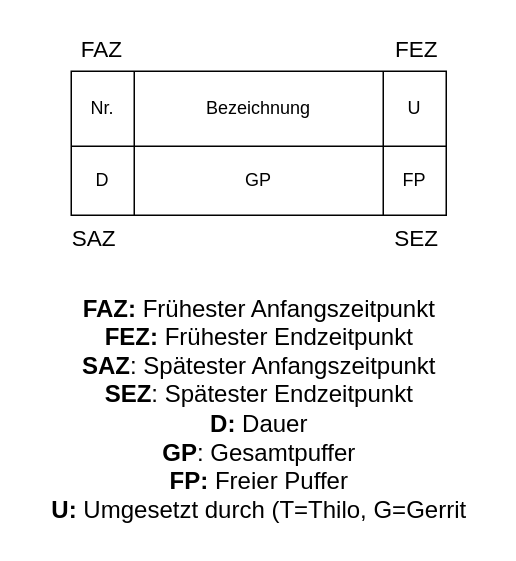
GeKoppe/TouchPager keeps this draw.io diagram as Documentation/Grafik/Diagramm/netzplan_legende.drawio. Above is the earlier version. Source tidied: cells renumbered, new cells numbered last; positions are measured from the earlier drawing's top-left corner, leaving out a move shared by most shapes. Both pictures are drawn from the tidied source at 150%, with x=0, y=0 at pixel (33, 26).
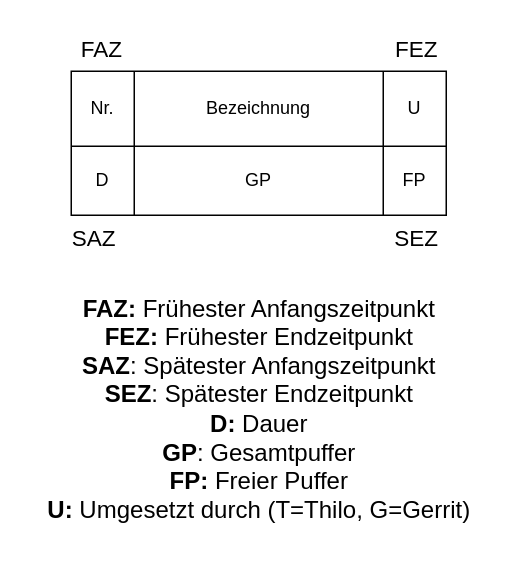
After the change.

Change to the diagram source:
```diff
@@
 <mxGraphModel>
   <root>
     <mxCell id="0" />
     <mxCell id="1" parent="0" />
     <mxCell id="2" style="shape=table;html=1;whiteSpace=wrap;startSize=0;childLayout=tableLayout;labelBackgroundColor=none;" parent="1" vertex="1">
       <mxGeometry x="25" y="30" width="250" height="96" as="geometry" />
     </mxCell>
     <mxCell id="3" style="shape=tableRow;horizontal=0;startSize=0;swimlaneHead=0;swimlaneBody=0;top=0;left=0;bottom=0;right=0;fillColor=none;labelBackgroundColor=none;" parent="2" vertex="1">
       <mxGeometry width="250" height="50" as="geometry" />
     </mxCell>
     <mxCell id="4" value="Nr." style="shape=partialRectangle;html=1;whiteSpace=wrap;fillColor=none;top=0;left=0;bottom=0;right=0;overflow=hidden;labelBackgroundColor=none;" parent="3" vertex="1">
       <mxGeometry width="42" height="50" as="geometry" />
     </mxCell>
     <mxCell id="5" value="Bezeichnung" style="shape=partialRectangle;html=1;whiteSpace=wrap;fillColor=none;top=0;left=0;bottom=0;right=0;overflow=hidden;labelBackgroundColor=none;" parent="3" vertex="1">
       <mxGeometry x="42" width="166" height="50" as="geometry" />
     </mxCell>
     <mxCell id="6" value="U" style="shape=partialRectangle;html=1;whiteSpace=wrap;fillColor=none;top=0;left=0;bottom=0;right=0;overflow=hidden;labelBackgroundColor=none;" parent="3" vertex="1">
       <mxGeometry x="208" width="42" height="50" as="geometry" />
     </mxCell>
     <mxCell id="7" style="shape=tableRow;horizontal=0;startSize=0;swimlaneHead=0;swimlaneBody=0;top=0;left=0;bottom=0;right=0;fillColor=none;labelBackgroundColor=none;" parent="2" vertex="1">
       <mxGeometry y="50" width="250" height="46" as="geometry" />
     </mxCell>
     <mxCell id="8" value="D" style="shape=partialRectangle;html=1;whiteSpace=wrap;fillColor=none;top=0;left=0;bottom=0;right=0;overflow=hidden;labelBackgroundColor=none;" parent="7" vertex="1">
       <mxGeometry width="42" height="46" as="geometry" />
     </mxCell>
     <mxCell id="9" value="GP" style="shape=partialRectangle;html=1;whiteSpace=wrap;fillColor=none;top=0;left=0;bottom=0;right=0;overflow=hidden;labelBackgroundColor=none;" parent="7" vertex="1">
       <mxGeometry x="42" width="166" height="46" as="geometry" />
     </mxCell>
     <mxCell id="10" value="FP" style="shape=partialRectangle;html=1;whiteSpace=wrap;fillColor=none;top=0;left=0;bottom=0;right=0;overflow=hidden;labelBackgroundColor=none;" parent="7" vertex="1">
       <mxGeometry x="208" width="42" height="46" as="geometry" />
     </mxCell>
     <mxCell id="11" value="FAZ" style="text;html=1;align=center;verticalAlign=middle;strokeColor=none;fillColor=none;fontSize=15;labelBackgroundColor=none;" parent="1" vertex="1">
       <mxGeometry x="20" width="50" height="30" as="geometry" />
     </mxCell>
     <mxCell id="12" value="SAZ" style="text;html=1;align=center;verticalAlign=middle;strokeColor=none;fillColor=none;fontSize=15;labelBackgroundColor=none;" parent="1" vertex="1">
       <mxGeometry x="15" y="126" width="50" height="30" as="geometry" />
     </mxCell>
     <mxCell id="13" value="SEZ" style="text;html=1;align=center;verticalAlign=middle;strokeColor=none;fillColor=none;fontSize=15;labelBackgroundColor=none;" parent="1" vertex="1">
       <mxGeometry x="230" y="126" width="50" height="30" as="geometry" />
     </mxCell>
     <mxCell id="14" value="FEZ" style="text;html=1;align=center;verticalAlign=middle;strokeColor=none;fillColor=none;fontSize=15;labelBackgroundColor=none;" parent="1" vertex="1">
       <mxGeometry x="230" width="50" height="30" as="geometry" />
     </mxCell>
-    <mxCell id="15" value="&lt;b style=&quot;text-align: left; background-color: initial;&quot;&gt;FAZ:&amp;nbsp;&lt;/b&gt;&lt;span style=&quot;text-align: left; background-color: initial;&quot;&gt;Frühester Anfangszeitpunkt&lt;/span&gt;&lt;br style=&quot;font-size: 12px; text-align: left;&quot;&gt;&lt;blockquote style=&quot;border: none; font-size: 12px; text-align: left; margin: 0px 0px 0px 40px; padding: 0px;&quot;&gt;&lt;/blockquote&gt;&lt;b style=&quot;text-align: left; background-color: initial;&quot;&gt;FEZ:&amp;nbsp;&lt;/b&gt;&lt;span style=&quot;text-align: left; background-color: initial;&quot;&gt;Frühester Endzeitpunkt&lt;/span&gt;&lt;br style=&quot;font-size: 12px; text-align: left;&quot;&gt;&lt;blockquote style=&quot;border: none; font-size: 12px; text-align: left; margin: 0px 0px 0px 40px; padding: 0px;&quot;&gt;&lt;/blockquote&gt;&lt;b style=&quot;text-align: left; background-color: initial;&quot;&gt;SAZ&lt;/b&gt;&lt;span style=&quot;text-align: left; background-color: initial;&quot;&gt;: Spätester Anfangszeitpunkt&lt;/span&gt;&lt;br style=&quot;font-size: 12px; text-align: left;&quot;&gt;&lt;blockquote style=&quot;border: none; font-size: 12px; text-align: left; margin: 0px 0px 0px 40px; padding: 0px;&quot;&gt;&lt;/blockquote&gt;&lt;b style=&quot;text-align: left; background-color: initial;&quot;&gt;SEZ&lt;/b&gt;&lt;span style=&quot;text-align: left; background-color: initial;&quot;&gt;: Spätester Endzeitpunkt&lt;/span&gt;&lt;br style=&quot;font-size: 12px; text-align: left;&quot;&gt;&lt;blockquote style=&quot;border: none; font-size: 12px; text-align: left; margin: 0px 0px 0px 40px; padding: 0px;&quot;&gt;&lt;/blockquote&gt;&lt;b style=&quot;text-align: left; background-color: initial;&quot;&gt;D:&amp;nbsp;&lt;/b&gt;&lt;span style=&quot;text-align: left; background-color: initial;&quot;&gt;Dauer&lt;/span&gt;&lt;br style=&quot;font-size: 12px; text-align: left;&quot;&gt;&lt;blockquote style=&quot;border: none; font-size: 12px; text-align: left; margin: 0px 0px 0px 40px; padding: 0px;&quot;&gt;&lt;/blockquote&gt;&lt;b style=&quot;text-align: left; background-color: initial;&quot;&gt;GP&lt;/b&gt;&lt;span style=&quot;text-align: left; background-color: initial;&quot;&gt;: Gesamtpuffer&lt;/span&gt;&lt;br style=&quot;font-size: 12px; text-align: left;&quot;&gt;&lt;font style=&quot;text-align: left;&quot;&gt;&lt;b&gt;FP:&amp;nbsp;&lt;/b&gt;Freier Puffer&lt;br&gt;&lt;b&gt;U:&lt;/b&gt;&amp;nbsp;Umgesetzt durch (T=Thilo, G=Gerrit&lt;br&gt;&lt;/font&gt;" style="text;html=1;align=center;verticalAlign=middle;strokeColor=none;fillColor=none;fontSize=16;" parent="1" vertex="1">
-      <mxGeometry y="170" width="300" height="170" as="geometry" />
+    <mxCell id="15" value="&lt;b style=&quot;text-align: left; background-color: initial;&quot;&gt;FAZ:&amp;nbsp;&lt;/b&gt;&lt;span style=&quot;text-align: left; background-color: initial;&quot;&gt;Frühester Anfangszeitpunkt&lt;/span&gt;&lt;br style=&quot;font-size: 12px; text-align: left;&quot;&gt;&lt;blockquote style=&quot;border: none; font-size: 12px; text-align: left; margin: 0px 0px 0px 40px; padding: 0px;&quot;&gt;&lt;/blockquote&gt;&lt;b style=&quot;text-align: left; background-color: initial;&quot;&gt;FEZ:&amp;nbsp;&lt;/b&gt;&lt;span style=&quot;text-align: left; background-color: initial;&quot;&gt;Frühester Endzeitpunkt&lt;/span&gt;&lt;br style=&quot;font-size: 12px; text-align: left;&quot;&gt;&lt;blockquote style=&quot;border: none; font-size: 12px; text-align: left; margin: 0px 0px 0px 40px; padding: 0px;&quot;&gt;&lt;/blockquote&gt;&lt;b style=&quot;text-align: left; background-color: initial;&quot;&gt;SAZ&lt;/b&gt;&lt;span style=&quot;text-align: left; background-color: initial;&quot;&gt;: Spätester Anfangszeitpunkt&lt;/span&gt;&lt;br style=&quot;font-size: 12px; text-align: left;&quot;&gt;&lt;blockquote style=&quot;border: none; font-size: 12px; text-align: left; margin: 0px 0px 0px 40px; padding: 0px;&quot;&gt;&lt;/blockquote&gt;&lt;b style=&quot;text-align: left; background-color: initial;&quot;&gt;SEZ&lt;/b&gt;&lt;span style=&quot;text-align: left; background-color: initial;&quot;&gt;: Spätester Endzeitpunkt&lt;/span&gt;&lt;br style=&quot;font-size: 12px; text-align: left;&quot;&gt;&lt;blockquote style=&quot;border: none; font-size: 12px; text-align: left; margin: 0px 0px 0px 40px; padding: 0px;&quot;&gt;&lt;/blockquote&gt;&lt;b style=&quot;text-align: left; background-color: initial;&quot;&gt;D:&amp;nbsp;&lt;/b&gt;&lt;span style=&quot;text-align: left; background-color: initial;&quot;&gt;Dauer&lt;/span&gt;&lt;br style=&quot;font-size: 12px; text-align: left;&quot;&gt;&lt;blockquote style=&quot;border: none; font-size: 12px; text-align: left; margin: 0px 0px 0px 40px; padding: 0px;&quot;&gt;&lt;/blockquote&gt;&lt;b style=&quot;text-align: left; background-color: initial;&quot;&gt;GP&lt;/b&gt;&lt;span style=&quot;text-align: left; background-color: initial;&quot;&gt;: Gesamtpuffer&lt;/span&gt;&lt;br style=&quot;font-size: 12px; text-align: left;&quot;&gt;&lt;font style=&quot;text-align: left;&quot;&gt;&lt;b&gt;FP:&amp;nbsp;&lt;/b&gt;Freier Puffer&lt;br&gt;&lt;b&gt;U:&lt;/b&gt;&amp;nbsp;Umgesetzt durch (T=Thilo, G=Gerrit)&lt;br&gt;&lt;/font&gt;" style="text;html=1;align=center;verticalAlign=middle;strokeColor=none;fillColor=none;fontSize=16;" parent="1" vertex="1">
+      <mxGeometry x="-5" y="170" width="310" height="170" as="geometry" />
     </mxCell>
   </root>
 </mxGraphModel>
```
